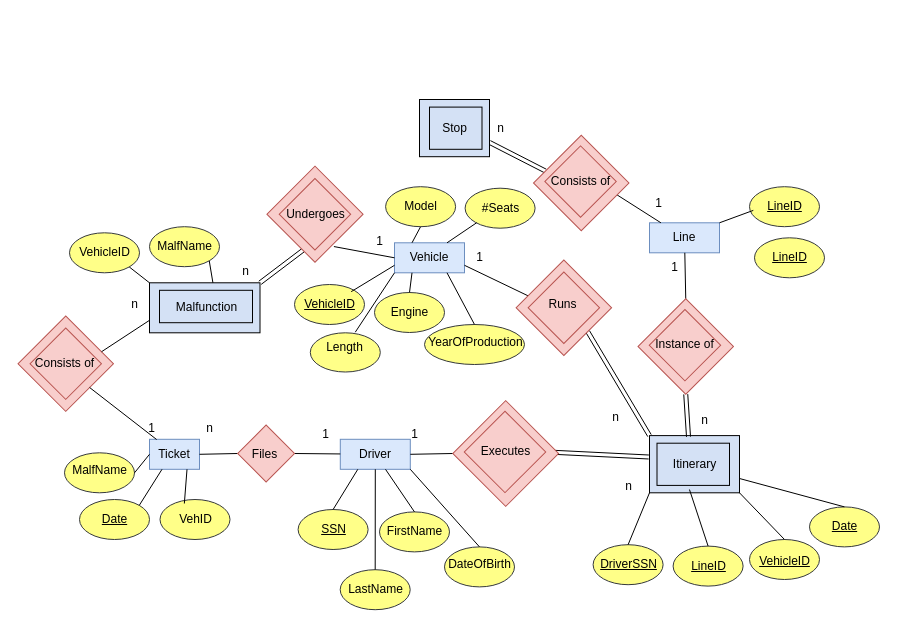
Before: Untitled Diagram.drawio in kotsos2000/kotsos2000, a draw.io diagram. Source tidied: cells renumbered, new cells numbered last; positions are measured from the earlier drawing's top-left corner, leaving out a move shared by most shapes. Both pictures are drawn from the tidied source at 100%, with x=0, y=0 at pixel (24, 99).
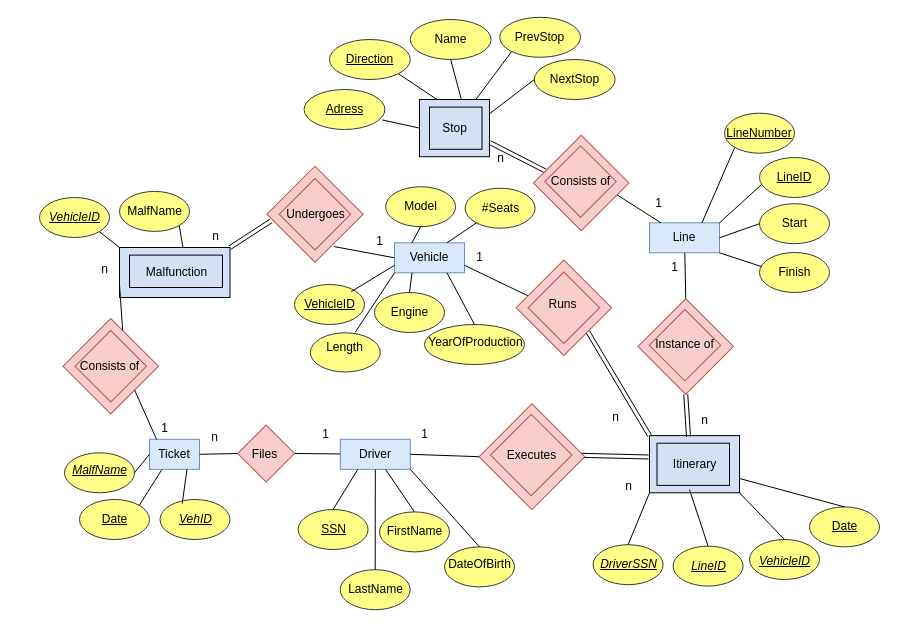
The same diagram, later.

The change refers to these unchanged cells:
```xml
<mxCell id="5" value="&lt;div&gt;Line&lt;/div&gt;" style="rounded=0;whiteSpace=wrap;html=1;fillColor=#dae8fc;strokeColor=#6c8ebf;" parent="1" vertex="1">
  <mxGeometry x="625" y="123.3" width="70" height="30" as="geometry" />
</mxCell>
<mxCell id="40" style="rounded=0;whiteSpace=wrap;html=1;fillColor=#D4E1F5;" parent="1" vertex="1">
  <mxGeometry x="395" width="70" height="57.2" as="geometry" />
</mxCell>
<mxCell id="53" style="whiteSpace=wrap;html=1;rotation=45;fillColor=#f8cecc;strokeColor=#b85450;" parent="1" vertex="1">
  <mxGeometry x="256.5" y="80.7" width="68" height="68" as="geometry" />
</mxCell>
<mxCell id="55" value="Undergoes" style="text;html=1;align=center;verticalAlign=middle;points=[];strokeColor=none;fillColor=none;" parent="1" vertex="1">
  <mxGeometry x="250.5" y="99.7" width="80" height="30" as="geometry" />
</mxCell>
```

The edit, as a diff of the source:
```diff
@@
     <mxCell id="13" value="1" style="text;html=1;align=center;verticalAlign=middle;strokeColor=none;fillColor=none;" parent="1" vertex="1">
-      <mxGeometry x="375" y="319.8" width="30" height="30" as="geometry" />
+      <mxGeometry x="385" y="319.8" width="30" height="30" as="geometry" />
     </mxCell>
@@
-    <mxCell id="23" style="shape=link;html=1;rounded=0;exitX=1;exitY=0;exitDx=0;exitDy=0;entryX=0.75;entryY=1;entryDx=0;entryDy=0;" parent="1" edge="1" source="37" target="53">
+    <mxCell id="23" style="shape=link;html=1;rounded=0;exitX=1;exitY=0;exitDx=0;exitDy=0;entryX=-0.052;entryY=0.728;entryDx=0;entryDy=0;entryPerimeter=0;" parent="1" edge="1" source="37" target="55">
       <mxGeometry relative="1" as="geometry" />
     </mxCell>
     <mxCell id="24" value="n" style="text;html=1;align=center;verticalAlign=middle;strokeColor=none;fillColor=none;" parent="1" vertex="1">
-      <mxGeometry x="205.5" y="157.2" width="30" height="30" as="geometry" />
+      <mxGeometry x="175.5" y="121.9" width="30" height="30" as="geometry" />
     </mxCell>
     <mxCell id="25" value="n" style="text;html=1;align=center;verticalAlign=middle;strokeColor=none;fillColor=none;" parent="1" vertex="1">
-      <mxGeometry x="460.6" y="13.6" width="30" height="30" as="geometry" />
+      <mxGeometry x="460.6" y="43.6" width="30" height="30" as="geometry" />
     </mxCell>
@@
     <mxCell id="30" value="n" style="text;html=1;align=center;verticalAlign=middle;strokeColor=none;fillColor=none;" parent="1" vertex="1">
-      <mxGeometry x="170" y="313.7" width="30" height="30" as="geometry" />
+      <mxGeometry x="175" y="323.3" width="30" height="30" as="geometry" />
     </mxCell>
@@
     <mxCell id="33" style="whiteSpace=wrap;html=1;rotation=45;fillColor=#f8cecc;strokeColor=#b85450;" parent="1" vertex="1">
-      <mxGeometry x="443.8" y="316.6" width="74.8" height="74.8" as="geometry" />
+      <mxGeometry x="470" y="319.8" width="74.8" height="74.8" as="geometry" />
     </mxCell>
     <mxCell id="34" style="whiteSpace=wrap;html=1;fillColor=#f8cecc;rotation=45;strokeColor=#b85450;" parent="1" vertex="1">
-      <mxGeometry x="451.7" y="323.6" width="57.6" height="57.6" as="geometry" />
+      <mxGeometry x="477.9" y="326.8" width="57.6" height="57.6" as="geometry" />
     </mxCell>
@@
     <mxCell id="37" style="rounded=0;whiteSpace=wrap;html=1;fillColor=#D4E1F5;" parent="1" vertex="1">
-      <mxGeometry x="125" y="183.3" width="110.5" height="50" as="geometry" />
+      <mxGeometry x="95" y="148" width="110.5" height="50" as="geometry" />
     </mxCell>
     <mxCell id="38" style="rounded=0;whiteSpace=wrap;html=1;fillColor=#D4E1F5;" parent="1" vertex="1">
-      <mxGeometry x="135" y="190.8" width="93" height="32.4" as="geometry" />
+      <mxGeometry x="105" y="155.6" width="93" height="32.4" as="geometry" />
     </mxCell>
     <mxCell id="39" value="Malfunction" style="text;html=1;align=center;verticalAlign=middle;strokeColor=none;fillColor=none;" parent="1" vertex="1">
-      <mxGeometry x="141.5" y="193.3" width="80" height="30" as="geometry" />
+      <mxGeometry x="111.5" y="158" width="80" height="30" as="geometry" />
     </mxCell>
@@
     <mxCell id="43" value="Executes" style="text;html=1;align=center;verticalAlign=middle;strokeColor=none;fillColor=none;" parent="1" vertex="1">
-      <mxGeometry x="446.3" y="337.4" width="70" height="30" as="geometry" />
+      <mxGeometry x="472.4" y="340.6" width="70" height="30" as="geometry" />
     </mxCell>
@@
     <mxCell id="59" style="whiteSpace=wrap;html=1;rotation=45;fillColor=#f8cecc;strokeColor=#b85450;" parent="1" vertex="1">
-      <mxGeometry x="7.5" y="230.4" width="67.5" height="67.5" as="geometry" />
+      <mxGeometry x="52.5" y="233" width="67.5" height="67.5" as="geometry" />
     </mxCell>
     <mxCell id="60" style="whiteSpace=wrap;html=1;fillColor=#f8cecc;rotation=45;strokeColor=#b85450;" parent="1" vertex="1">
-      <mxGeometry x="16" y="238.9" width="50.5" height="50.5" as="geometry" />
+      <mxGeometry x="61" y="241.5" width="50.5" height="50.5" as="geometry" />
     </mxCell>
     <mxCell id="61" value="Consists of" style="text;html=1;align=center;verticalAlign=middle;strokeColor=none;fillColor=none;" parent="1" vertex="1">
-      <mxGeometry y="249.2" width="80" height="30" as="geometry" />
+      <mxGeometry x="45" y="251.8" width="80" height="30" as="geometry" />
     </mxCell>
-    <mxCell id="62" style="endArrow=none;html=1;rounded=0;entryX=0;entryY=0.75;entryDx=0;entryDy=0;exitX=0.75;exitY=0;exitDx=0;exitDy=0;" parent="1" edge="1" source="59" target="37">
+    <mxCell id="62" style="endArrow=none;html=1;rounded=0;entryX=0;entryY=0.75;entryDx=0;entryDy=0;exitX=0.25;exitY=0;exitDx=0;exitDy=0;" parent="1" edge="1" source="59" target="37">
       <mxGeometry relative="1" as="geometry" />
     </mxCell>
@@
     <mxCell id="64" value="1" style="text;html=1;align=center;verticalAlign=middle;strokeColor=none;fillColor=none;" parent="1" vertex="1">
-      <mxGeometry x="111.5" y="313.7" width="30" height="30" as="geometry" />
+      <mxGeometry x="125" y="313.7" width="30" height="30" as="geometry" />
     </mxCell>
     <mxCell id="65" value="n" style="text;html=1;align=center;verticalAlign=middle;strokeColor=none;fillColor=none;" parent="1" vertex="1">
-      <mxGeometry x="95" y="190.4" width="30" height="30" as="geometry" />
+      <mxGeometry x="65" y="155.1" width="30" height="30" as="geometry" />
     </mxCell>
@@
-    <mxCell id="67" value="VehID" style="text;html=1;align=center;verticalAlign=middle;points=[];strokeColor=none;fillColor=none;" parent="1" vertex="1">
-      <mxGeometry x="145.5" y="405" width="50" height="30" as="geometry" />
+    <mxCell id="67" value="&lt;u&gt;&lt;i&gt;VehID&lt;/i&gt;&lt;/u&gt;" style="text;html=1;align=center;verticalAlign=middle;points=[];strokeColor=none;fillColor=none;" parent="1" vertex="1">
+      <mxGeometry x="140.5" y="405" width="60" height="30" as="geometry" />
     </mxCell>
@@
     <mxCell id="71" style="ellipse;whiteSpace=wrap;html=1;fillColor=#ffff88;strokeColor=#36393d;" parent="1" vertex="1">
-      <mxGeometry x="45" y="133.3" width="70" height="40" as="geometry" />
+      <mxGeometry x="15" y="98" width="70" height="40" as="geometry" />
     </mxCell>
-    <mxCell id="72" value="VehicleID" style="text;html=1;align=center;verticalAlign=middle;strokeColor=none;fillColor=none;" parent="1" vertex="1">
-      <mxGeometry x="45" y="138.3" width="70" height="30" as="geometry" />
+    <mxCell id="72" value="&lt;u&gt;&lt;i&gt;VehicleID&lt;/i&gt;&lt;/u&gt;" style="text;html=1;align=center;verticalAlign=middle;strokeColor=none;fillColor=none;" parent="1" vertex="1">
+      <mxGeometry x="15" y="103" width="70" height="30" as="geometry" />
     </mxCell>
@@
     <mxCell id="74" style="ellipse;whiteSpace=wrap;html=1;fillColor=#ffff88;strokeColor=#36393d;" parent="1" vertex="1">
-      <mxGeometry x="125" y="127.2" width="70" height="40" as="geometry" />
+      <mxGeometry x="95" y="91.9" width="70" height="40" as="geometry" />
     </mxCell>
     <mxCell id="75" value="MalfName" style="text;html=1;align=center;verticalAlign=middle;strokeColor=none;fillColor=none;" parent="1" vertex="1">
-      <mxGeometry x="120" y="132.2" width="80" height="30" as="geometry" />
+      <mxGeometry x="90" y="96.9" width="80" height="30" as="geometry" />
     </mxCell>
@@
-    <mxCell id="90" value="&lt;u&gt;DriverSSN&lt;/u&gt;" style="text;html=1;align=center;verticalAlign=middle;strokeColor=none;fillColor=none;" parent="1" vertex="1">
+    <mxCell id="90" value="&lt;i&gt;&lt;u&gt;DriverSSN&lt;/u&gt;&lt;/i&gt;" style="text;html=1;align=center;verticalAlign=middle;strokeColor=none;fillColor=none;" parent="1" vertex="1">
       <mxGeometry x="563.6" y="450.2" width="80" height="30" as="geometry" />
     </mxCell>
@@
-    <mxCell id="93" value="&lt;u&gt;LineID&lt;/u&gt;" style="text;html=1;align=center;verticalAlign=middle;strokeColor=none;fillColor=none;" parent="1" vertex="1">
+    <mxCell id="93" value="&lt;i&gt;&lt;u&gt;LineID&lt;/u&gt;&lt;/i&gt;" style="text;html=1;align=center;verticalAlign=middle;strokeColor=none;fillColor=none;" parent="1" vertex="1">
       <mxGeometry x="653.6" y="451.6" width="60" height="30" as="geometry" />
     </mxCell>
@@
-    <mxCell id="96" value="&lt;u&gt;VehicleID&lt;/u&gt;" style="text;html=1;align=center;verticalAlign=middle;strokeColor=none;fillColor=none;" parent="1" vertex="1">
+    <mxCell id="96" value="&lt;i&gt;&lt;u&gt;VehicleID&lt;/u&gt;&lt;/i&gt;" style="text;html=1;align=center;verticalAlign=middle;strokeColor=none;fillColor=none;" parent="1" vertex="1">
       <mxGeometry x="725" y="446.6" width="70" height="30" as="geometry" />
     </mxCell>
@@
-    <mxCell id="119" value="MalfName" style="text;html=1;align=center;verticalAlign=middle;strokeColor=none;fillColor=none;" parent="1" vertex="1">
+    <mxCell id="119" value="&lt;u&gt;&lt;i&gt;MalfName&lt;/i&gt;&lt;/u&gt;" style="text;html=1;align=center;verticalAlign=middle;strokeColor=none;fillColor=none;" parent="1" vertex="1">
       <mxGeometry x="35" y="355.8" width="80" height="30" as="geometry" />
     </mxCell>
-    <mxCell id="120" style="ellipse;whiteSpace=wrap;html=1;fillColor=#ffff88;strokeColor=#36393d;" parent="1" vertex="1">
-      <mxGeometry x="725" y="87.2" width="70" height="40" as="geometry" />
+    <mxCell id="120" value="&lt;u&gt;LineID&lt;/u&gt;" style="ellipse;whiteSpace=wrap;html=1;fillColor=#ffff88;strokeColor=#36393d;" parent="1" vertex="1">
+      <mxGeometry x="735" y="58" width="70" height="40" as="geometry" />
     </mxCell>
-    <mxCell id="121" value="&lt;u&gt;LineID&lt;/u&gt;" style="text;html=1;align=center;verticalAlign=middle;points=[];strokeColor=none;fillColor=none;" parent="1" vertex="1">
-      <mxGeometry x="730" y="92.2" width="60" height="30" as="geometry" />
-    </mxCell>
-    <mxCell id="122" style="endArrow=none;html=1;rounded=0;exitX=-0.02;exitY=0.623;exitDx=0;exitDy=0;entryX=1;entryY=0;entryDx=0;entryDy=0;exitPerimeter=0;" parent="1" edge="1" source="121" target="5">
+    <mxCell id="122" style="endArrow=none;html=1;rounded=0;exitX=0.025;exitY=0.683;exitDx=0;exitDy=0;entryX=1;entryY=0;entryDx=0;entryDy=0;exitPerimeter=0;" parent="1" edge="1" source="120" target="5">
       <mxGeometry relative="1" as="geometry" />
     </mxCell>
     <mxCell id="123" style="ellipse;whiteSpace=wrap;html=1;fillColor=#ffff88;strokeColor=#36393d;" parent="1" vertex="1">
-      <mxGeometry x="730" y="138.3" width="70" height="40" as="geometry" />
+      <mxGeometry x="735" y="104.2" width="70" height="40" as="geometry" />
     </mxCell>
-    <mxCell id="124" value="&lt;u&gt;LineID&lt;/u&gt;" style="text;html=1;align=center;verticalAlign=middle;strokeColor=none;fillColor=none;" parent="1" vertex="1">
-      <mxGeometry x="735" y="143.3" width="60" height="30" as="geometry" />
+    <mxCell id="124" value="Start" style="text;html=1;align=center;verticalAlign=middle;strokeColor=none;fillColor=none;" parent="1" vertex="1">
+      <mxGeometry x="745" y="109.2" width="50" height="30" as="geometry" />
     </mxCell>
+    <mxCell id="125" style="endArrow=none;html=1;rounded=0;exitX=1;exitY=0.5;exitDx=0;exitDy=0;entryX=0;entryY=0.5;entryDx=0;entryDy=0;" parent="1" edge="1" source="5" target="123">
+      <mxGeometry relative="1" as="geometry" />
+    </mxCell>
+    <mxCell id="126" style="ellipse;whiteSpace=wrap;html=1;fillColor=#ffff88;strokeColor=#36393d;" parent="1" vertex="1">
+      <mxGeometry x="735" y="153" width="70" height="40" as="geometry" />
+    </mxCell>
+    <mxCell id="127" value="&lt;div&gt;Finish&lt;/div&gt;" style="text;html=1;align=center;verticalAlign=middle;strokeColor=none;fillColor=none;" parent="1" vertex="1">
+      <mxGeometry x="745" y="158" width="50" height="30" as="geometry" />
+    </mxCell>
+    <mxCell id="128" style="endArrow=none;html=1;rounded=0;exitX=1;exitY=1;exitDx=0;exitDy=0;entryX=0.028;entryY=0.352;entryDx=0;entryDy=0;entryPerimeter=0;" parent="1" edge="1" source="5" target="126">
+      <mxGeometry relative="1" as="geometry" />
+    </mxCell>
+    <mxCell id="129" value="&lt;u&gt;Adress&lt;/u&gt;" style="ellipse;whiteSpace=wrap;html=1;fillColor=#ffff88;strokeColor=#36393d;" parent="1" vertex="1">
+      <mxGeometry x="279.6" y="-10" width="80.8" height="40" as="geometry" />
+    </mxCell>
+    <mxCell id="130" style="endArrow=none;html=1;rounded=0;entryX=0;entryY=0.5;entryDx=0;entryDy=0;exitX=0.969;exitY=0.761;exitDx=0;exitDy=0;exitPerimeter=0;" parent="1" edge="1" source="129" target="40">
+      <mxGeometry relative="1" as="geometry" />
+    </mxCell>
+    <mxCell id="131" value="&lt;u&gt;Direction&lt;/u&gt;" style="ellipse;whiteSpace=wrap;html=1;fillColor=#ffff88;strokeColor=#36393d;" parent="1" vertex="1">
+      <mxGeometry x="305" y="-60" width="80.8" height="40" as="geometry" />
+    </mxCell>
+    <mxCell id="132" style="endArrow=none;html=1;rounded=0;exitX=1;exitY=1;exitDx=0;exitDy=0;entryX=0.25;entryY=0;entryDx=0;entryDy=0;" parent="1" edge="1" source="131" target="40">
+      <mxGeometry relative="1" as="geometry" />
+    </mxCell>
+    <mxCell id="133" value="Name" style="ellipse;whiteSpace=wrap;html=1;fillColor=#ffff88;strokeColor=#36393d;" parent="1" vertex="1">
+      <mxGeometry x="385.8" y="-80" width="80.8" height="40" as="geometry" />
+    </mxCell>
+    <mxCell id="134" style="endArrow=none;html=1;rounded=0;exitX=0.5;exitY=1;exitDx=0;exitDy=0;entryX=0.599;entryY=0.007;entryDx=0;entryDy=0;entryPerimeter=0;" parent="1" edge="1" source="133" target="40">
+      <mxGeometry relative="1" as="geometry" />
+    </mxCell>
+    <mxCell id="135" value="PrevStop" style="ellipse;whiteSpace=wrap;html=1;fillColor=#ffff88;strokeColor=#36393d;" parent="1" vertex="1">
+      <mxGeometry x="475.2" y="-82.2" width="80.8" height="40" as="geometry" />
+    </mxCell>
+    <mxCell id="136" style="endArrow=none;html=1;rounded=0;exitX=0;exitY=1;exitDx=0;exitDy=0;" parent="1" edge="1" source="135" target="40">
+      <mxGeometry relative="1" as="geometry" />
+    </mxCell>
+    <mxCell id="137" value="NextStop" style="ellipse;whiteSpace=wrap;html=1;fillColor=#ffff88;strokeColor=#36393d;" parent="1" vertex="1">
+      <mxGeometry x="509.8" y="-40" width="80.8" height="40" as="geometry" />
+    </mxCell>
+    <mxCell id="138" style="endArrow=none;html=1;rounded=0;exitX=0;exitY=0.5;exitDx=0;exitDy=0;entryX=1;entryY=0.25;entryDx=0;entryDy=0;" parent="1" edge="1" source="137" target="40">
+      <mxGeometry relative="1" as="geometry" />
+    </mxCell>
+    <mxCell id="139" value="&lt;u&gt;LineNumber&lt;/u&gt;" style="ellipse;whiteSpace=wrap;html=1;fillColor=#ffff88;strokeColor=#36393d;" parent="1" vertex="1">
+      <mxGeometry x="700" y="13.7" width="70" height="40" as="geometry" />
+    </mxCell>
+    <mxCell id="140" style="endArrow=none;html=1;rounded=0;exitX=0.75;exitY=0;exitDx=0;exitDy=0;entryX=0;entryY=1;entryDx=0;entryDy=0;" parent="1" edge="1" source="5" target="139">
+      <mxGeometry relative="1" as="geometry" />
+    </mxCell>
```
